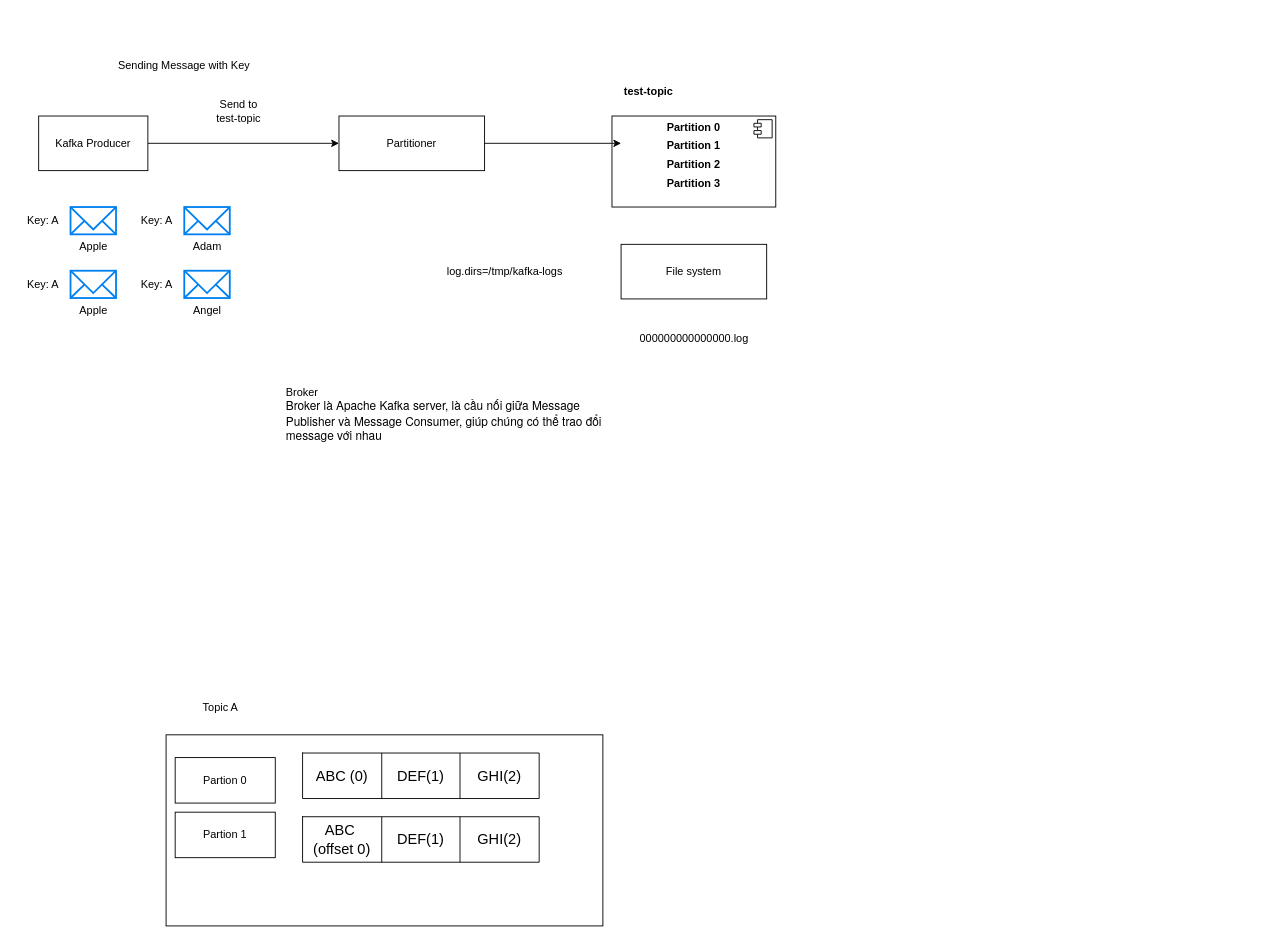
Earlier version of the draw.io diagram page "Kafka Architect" (4 of 6) of SystemDesign.drawio (tuankhoi2206/Draft-system-overview). Source tidied: cells renumbered, new cells numbered last; positions are measured from the earlier drawing's top-left corner, leaving out a move shared by most shapes. Both pictures are drawn from the tidied source at 91%, with x=0, y=0 at pixel (15, 52).
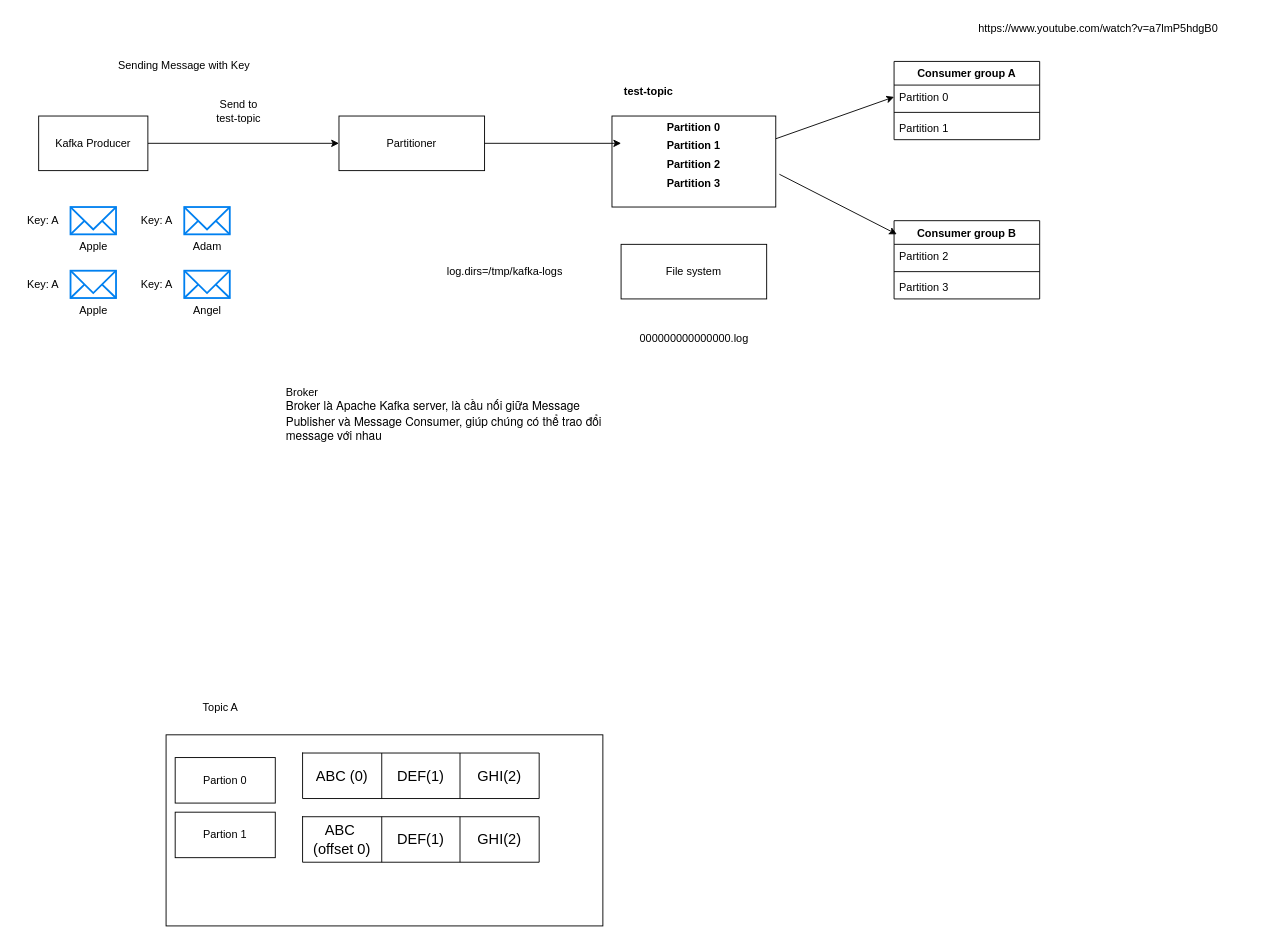
After the change.

Change to the diagram source:
```diff
@@
-    <mxCell id="15" value="&lt;p style=&quot;margin:0px;margin-top:6px;text-align:center;&quot;&gt;&lt;b&gt;Partition 0&lt;/b&gt;&lt;/p&gt;&lt;p style=&quot;margin:0px;margin-top:6px;text-align:center;&quot;&gt;&lt;b&gt;Partition 1&lt;/b&gt;&lt;/p&gt;&lt;p style=&quot;margin:0px;margin-top:6px;text-align:center;&quot;&gt;&lt;b&gt;Partition 2&lt;/b&gt;&lt;/p&gt;&lt;p style=&quot;margin:0px;margin-top:6px;text-align:center;&quot;&gt;&lt;b&gt;Partition 3&lt;/b&gt;&lt;/p&gt;" style="align=left;overflow=fill;html=1;whiteSpace=wrap;" parent="1" vertex="1">
+    <mxCell id="15" value="&lt;p style=&quot;margin: 6px 0px 0px;&quot;&gt;&lt;b&gt;Partition 0&lt;/b&gt;&lt;/p&gt;&lt;p style=&quot;margin: 6px 0px 0px;&quot;&gt;&lt;b&gt;Partition 1&lt;/b&gt;&lt;/p&gt;&lt;p style=&quot;margin: 6px 0px 0px;&quot;&gt;&lt;b&gt;Partition 2&lt;/b&gt;&lt;/p&gt;&lt;p style=&quot;margin: 6px 0px 0px;&quot;&gt;&lt;b&gt;Partition 3&lt;/b&gt;&lt;/p&gt;" style="align=center;overflow=fill;html=1;whiteSpace=wrap;labelBorderColor=none;shadow=0;verticalAlign=middle;" parent="1" vertex="1">
       <mxGeometry x="655" y="70" width="180" height="100" as="geometry" />
     </mxCell>
-    <mxCell id="16" style="shape=component;jettyWidth=8;jettyHeight=4;" parent="15" vertex="1">
-      <mxGeometry x="1" width="20" height="20" relative="1" as="geometry">
-        <mxPoint x="-24" y="4" as="offset" />
-      </mxGeometry>
-    </mxCell>
@@
+    <mxCell id="37" value="Consumer group A" style="swimlane;fontStyle=1;align=center;verticalAlign=top;horizontal=1;startSize=26;whiteSpace=wrap;html=1;" parent="1" vertex="1">
+      <mxGeometry x="965" y="10" width="160" height="86" as="geometry" />
+    </mxCell>
+    <mxCell id="38" value="Partition 0" style="text;strokeColor=none;fillColor=none;align=left;verticalAlign=top;spacingLeft=4;spacingRight=4;overflow=hidden;points=[[0,0.5],[1,0.5]];portConstraint=eastwest;whiteSpace=wrap;html=1;" parent="37" vertex="1">
+      <mxGeometry y="26" width="160" height="26" as="geometry" />
+    </mxCell>
+    <mxCell id="39" style="line;strokeWidth=1;fillColor=none;align=left;verticalAlign=middle;spacingTop=-1;spacingLeft=3;spacingRight=3;labelPosition=right;strokeColor=inherit;" parent="37" vertex="1">
+      <mxGeometry y="52" width="160" height="8" as="geometry" />
+    </mxCell>
+    <mxCell id="40" value="Partition 1" style="text;strokeColor=none;fillColor=none;align=left;verticalAlign=top;spacingLeft=4;spacingRight=4;overflow=hidden;whiteSpace=wrap;html=1;" parent="37" vertex="1">
+      <mxGeometry y="60" width="160" height="26" as="geometry" />
+    </mxCell>
+    <mxCell id="41" value="Consumer group B" style="swimlane;fontStyle=1;align=center;verticalAlign=top;horizontal=1;startSize=26;whiteSpace=wrap;html=1;" parent="1" vertex="1">
+      <mxGeometry x="965" y="185" width="160" height="86" as="geometry" />
+    </mxCell>
+    <mxCell id="42" value="Partition 2" style="text;strokeColor=none;fillColor=none;align=left;verticalAlign=top;spacingLeft=4;spacingRight=4;overflow=hidden;whiteSpace=wrap;html=1;" parent="41" vertex="1">
+      <mxGeometry y="26" width="160" height="26" as="geometry" />
+    </mxCell>
+    <mxCell id="43" style="line;strokeWidth=1;fillColor=none;align=left;verticalAlign=middle;spacingTop=-1;spacingLeft=3;spacingRight=3;labelPosition=right;strokeColor=inherit;" parent="41" vertex="1">
+      <mxGeometry y="52" width="160" height="8" as="geometry" />
+    </mxCell>
+    <mxCell id="44" value="Partition 3" style="text;strokeColor=none;fillColor=none;align=left;verticalAlign=top;spacingLeft=4;spacingRight=4;overflow=hidden;whiteSpace=wrap;html=1;" parent="41" vertex="1">
+      <mxGeometry y="60" width="160" height="26" as="geometry" />
+    </mxCell>
+    <mxCell id="45" style="endArrow=classic;html=1;rounded=0;exitX=1;exitY=0.25;exitDx=0;exitDy=0;entryX=0;entryY=0.5;entryDx=0;entryDy=0;" parent="1" edge="1" source="15" target="38">
+      <mxGeometry relative="1" as="geometry" />
+    </mxCell>
+    <mxCell id="46" style="endArrow=classic;html=1;rounded=0;exitX=1.022;exitY=0.64;exitDx=0;exitDy=0;entryX=0.019;entryY=0.174;entryDx=0;entryDy=0;exitPerimeter=0;entryPerimeter=0;" parent="1" edge="1" source="15" target="41">
+      <mxGeometry relative="1" as="geometry" />
+    </mxCell>
+    <mxCell id="47" value="https://www.youtube.com/watch?v=a7lmP5hdgB0" style="text;whiteSpace=wrap;" parent="1" vertex="1">
+      <mxGeometry x="1056" y="-40" width="300" height="40" as="geometry" />
+    </mxCell>
```
